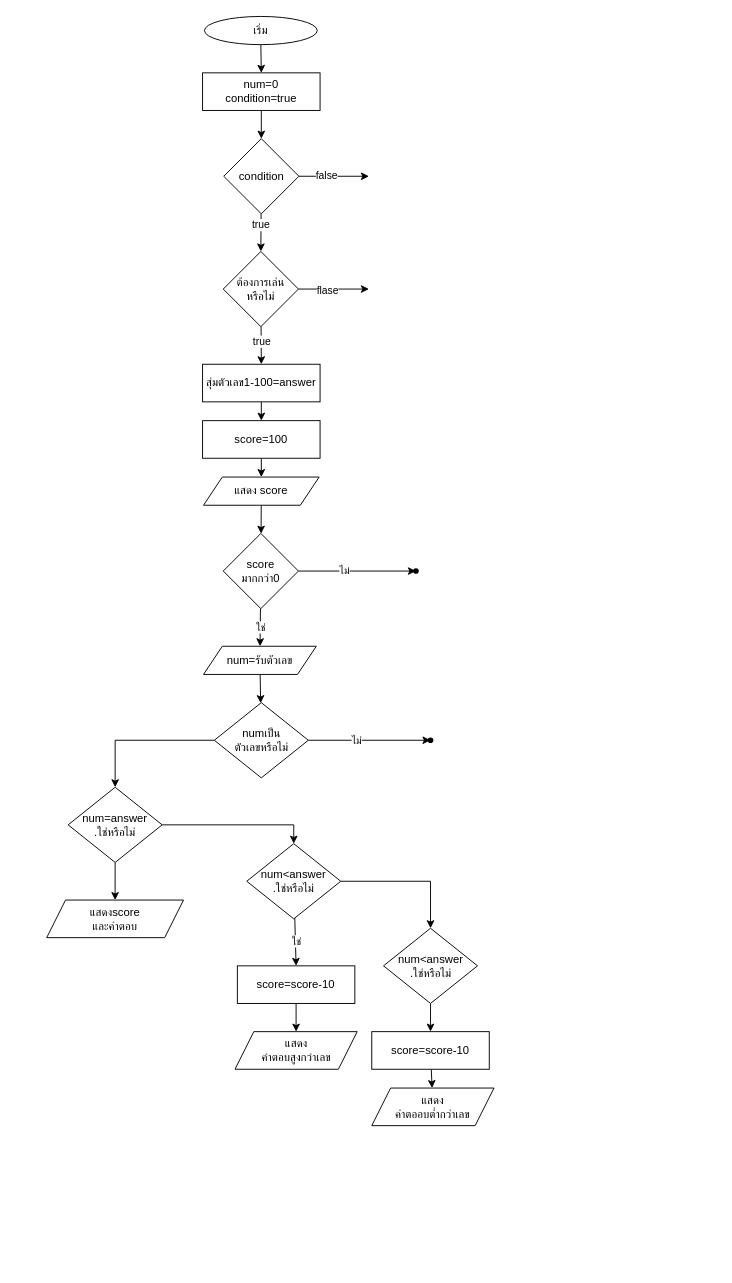
Kitsanapong-F/ENGCC304 keeps this draw.io diagram as LAB/lab7/Lab07-While-DoWhile.drawio. Above is the earlier version. Source tidied: cells renumbered, new cells numbered last; positions are measured from the earlier drawing's top-left corner, leaving out a move shared by most shapes. Both pictures are drawn from the tidied source at 94%, with x=0, y=0 at pixel (46, 16).
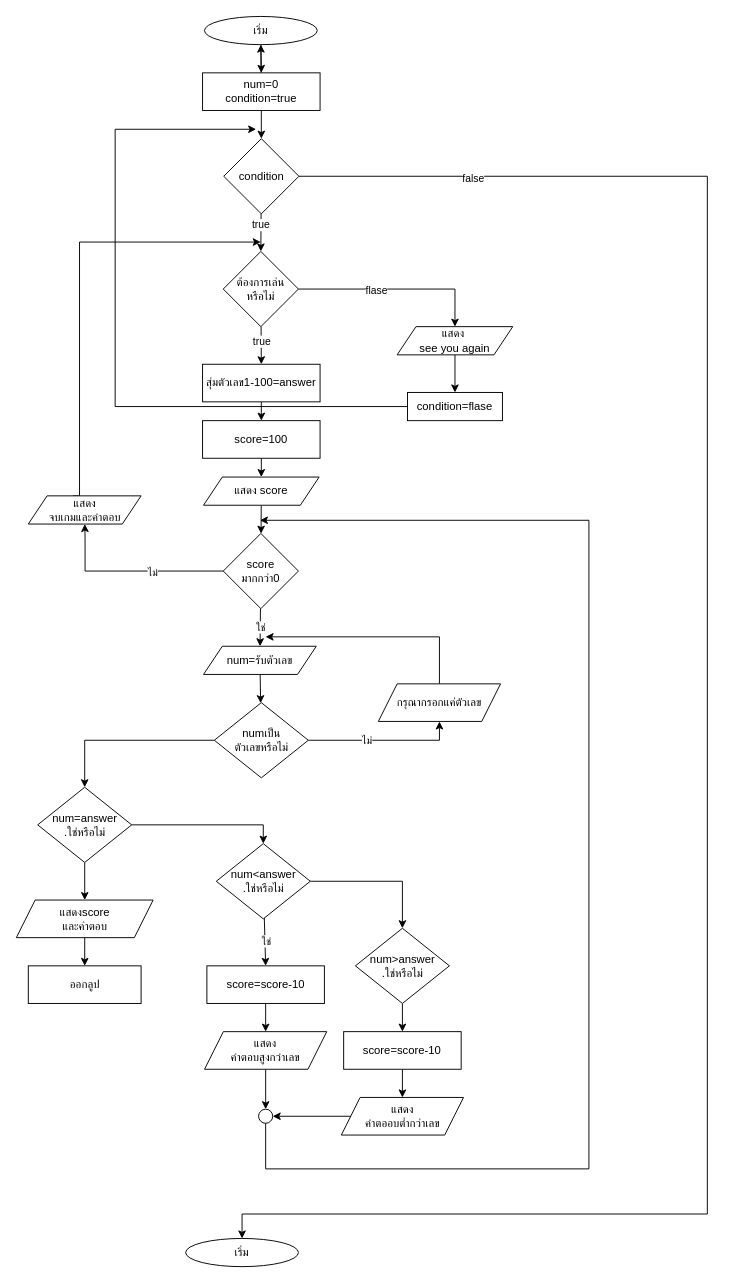
Above is the later version.

The change refers to these unchanged cells:
```xml
<mxCell id="3" value="เริ่ม" style="ellipse;whiteSpace=wrap;html=1;" parent="1" vertex="1">
  <mxGeometry x="168" width="120" height="30" as="geometry" />
</mxCell>
<mxCell id="6" value="&lt;div&gt;num=0&lt;/div&gt;condition=true" style="whiteSpace=wrap;html=1;" parent="1" vertex="1">
  <mxGeometry x="166" y="60" width="125" height="40" as="geometry" />
</mxCell>
<mxCell id="11" value="condition" style="rhombus;whiteSpace=wrap;html=1;" parent="1" vertex="1">
  <mxGeometry x="188.5" y="130" width="80" height="80" as="geometry" />
</mxCell>
<mxCell id="16" value="ต้องการเล่น&lt;div&gt;หรือไม่&lt;/div&gt;" style="rhombus;whiteSpace=wrap;html=1;" parent="1" vertex="1">
  <mxGeometry x="188" y="250" width="80" height="80" as="geometry" />
</mxCell>
<mxCell id="25" value="score&lt;div&gt;มากกว่า0&lt;/div&gt;" style="rhombus;whiteSpace=wrap;html=1;" parent="1" vertex="1">
  <mxGeometry x="188" y="550" width="80" height="80" as="geometry" />
</mxCell>
<mxCell id="34" value="numเป็น&lt;div&gt;ตัวเลขหรือไม่&lt;/div&gt;" style="rhombus;whiteSpace=wrap;html=1;" parent="1" vertex="1">
  <mxGeometry x="178.5" y="730" width="100" height="80" as="geometry" />
</mxCell>
```

The edit, as a diff of the source:
```diff
@@
+    <mxCell id="52" style="edgeStyle=none;html=1;" parent="1" edge="1" source="6" target="3">
+      <mxGeometry relative="1" as="geometry" />
+    </mxCell>
@@
-    <mxCell id="7" style="edgeStyle=none;html=1;" parent="1" edge="1" source="11">
+    <mxCell id="7" style="edgeStyle=orthogonalEdgeStyle;html=1;entryX=0.5;entryY=0;entryDx=0;entryDy=0;rounded=0;curved=0;" parent="1" edge="1" source="11" target="58">
       <mxGeometry relative="1" as="geometry">
-        <mxPoint x="343" y="170" as="targetPoint" />
+        <Array as="points">
+          <mxPoint x="703" y="170" />
+          <mxPoint x="703" y="1274" />
+          <mxPoint x="208" y="1274" />
+        </Array>
       </mxGeometry>
     </mxCell>
     <mxCell id="8" value="false" style="edgeLabel;html=1;align=center;verticalAlign=middle;" parent="7" vertex="1">
-      <mxGeometry x="-0.21" y="2" relative="1" as="geometry" />
+      <mxGeometry x="-0.21" y="2" relative="1" as="geometry">
+        <mxPoint x="-252" y="-377" as="offset" />
+      </mxGeometry>
     </mxCell>
@@
-    <mxCell id="12" style="edgeStyle=none;html=1;" parent="1" edge="1" source="16">
-      <mxGeometry relative="1" as="geometry">
-        <mxPoint x="343" y="290" as="targetPoint" />
-      </mxGeometry>
+    <mxCell id="12" style="edgeStyle=orthogonalEdgeStyle;html=1;entryX=0.5;entryY=0;entryDx=0;entryDy=0;rounded=0;curved=0;" parent="1" edge="1" source="16" target="57">
+      <mxGeometry relative="1" as="geometry" />
     </mxCell>
@@
-    <mxCell id="21" style="edgeStyle=none;html=1;" parent="1" edge="1" source="25" target="26">
-      <mxGeometry relative="1" as="geometry" />
+    <mxCell id="21" style="edgeStyle=orthogonalEdgeStyle;html=1;rounded=0;entryX=0.5;entryY=1;entryDx=0;entryDy=0;" parent="1" edge="1">
+      <mxGeometry relative="1" as="geometry">
+        <mxPoint x="188" y="590" as="sourcePoint" />
+        <mxPoint x="40.7" y="540" as="targetPoint" />
+        <Array as="points">
+          <mxPoint x="41" y="590" />
+          <mxPoint x="41" y="555" />
+          <mxPoint x="41" y="555" />
+        </Array>
+      </mxGeometry>
     </mxCell>
@@
-    <mxCell id="26" style="shape=waypoint;sketch=0;size=6;points=[];fillColor=default;perimeter=centerPerimeter;snapToPoint=1;" parent="1" vertex="1">
-      <mxGeometry x="383" y="580" width="20" height="20" as="geometry" />
-    </mxCell>
@@
-    <mxCell id="31" style="edgeStyle=none;html=1;" parent="1" edge="1" source="34" target="35">
+    <mxCell id="31" style="edgeStyle=orthogonalEdgeStyle;html=1;entryX=0.5;entryY=1;entryDx=0;entryDy=0;rounded=0;curved=0;" parent="1" edge="1" source="34" target="65">
       <mxGeometry relative="1" as="geometry" />
     </mxCell>
@@
-    <mxCell id="35" style="shape=waypoint;sketch=0;size=6;points=[];fillColor=default;perimeter=centerPerimeter;snapToPoint=1;" parent="1" vertex="1">
-      <mxGeometry x="398.5" y="760" width="20" height="20" as="geometry" />
-    </mxCell>
@@
     <mxCell id="38" value="num=answer&lt;div&gt;.ใช่หรือไม่&lt;/div&gt;" style="rhombus;whiteSpace=wrap;html=1;" parent="1" vertex="1">
-      <mxGeometry x="23" y="820" width="100" height="80" as="geometry" />
+      <mxGeometry x="-9.4" y="820" width="100" height="80" as="geometry" />
     </mxCell>
@@
     <mxCell id="42" value="num&amp;lt;answer&lt;div&gt;.ใช่หรือไม่&lt;/div&gt;" style="rhombus;whiteSpace=wrap;html=1;" parent="1" vertex="1">
-      <mxGeometry x="213" y="880" width="100" height="80" as="geometry" />
+      <mxGeometry x="180.6" y="880" width="100" height="80" as="geometry" />
     </mxCell>
+    <mxCell id="53" style="edgeStyle=none;html=1;" parent="1" edge="1" source="43" target="63">
+      <mxGeometry relative="1" as="geometry" />
+    </mxCell>
     <mxCell id="43" value="แสดงscore&lt;div&gt;และคำตอบ&lt;/div&gt;" style="shape=parallelogram;perimeter=parallelogramPerimeter;whiteSpace=wrap;html=1;fixedSize=1;" parent="1" vertex="1">
-      <mxGeometry x="0.2" y="940" width="145.5" height="40" as="geometry" />
+      <mxGeometry x="-32.1" y="940" width="145.5" height="40" as="geometry" />
     </mxCell>
@@
     <mxCell id="45" value="score=score-10" style="whiteSpace=wrap;html=1;" parent="1" vertex="1">
-      <mxGeometry x="203" y="1010" width="125" height="40" as="geometry" />
+      <mxGeometry x="170.6" y="1010" width="125" height="40" as="geometry" />
     </mxCell>
+    <mxCell id="54" style="edgeStyle=none;html=1;" parent="1" edge="1" source="46" target="62">
+      <mxGeometry relative="1" as="geometry" />
+    </mxCell>
     <mxCell id="46" value="แสดง&lt;div&gt;คำตอบสูงกว่าเลข&lt;/div&gt;" style="shape=parallelogram;perimeter=parallelogramPerimeter;whiteSpace=wrap;html=1;fixedSize=1;" parent="1" vertex="1">
-      <mxGeometry x="200.5" y="1080" width="130" height="40" as="geometry" />
+      <mxGeometry x="168.1" y="1080" width="130" height="40" as="geometry" />
     </mxCell>
@@
-    <mxCell id="48" value="num&amp;lt;answer&lt;div&gt;.ใช่หรือไม่&lt;/div&gt;" style="rhombus;whiteSpace=wrap;html=1;" parent="1" vertex="1">
-      <mxGeometry x="358.5" y="970" width="100" height="80" as="geometry" />
+    <mxCell id="48" value="num&amp;gt;answer&lt;div&gt;.ใช่หรือไม่&lt;/div&gt;" style="rhombus;whiteSpace=wrap;html=1;" parent="1" vertex="1">
+      <mxGeometry x="328.6" y="970" width="100" height="80" as="geometry" />
     </mxCell>
@@
     <mxCell id="50" value="score=score-10" style="whiteSpace=wrap;html=1;" parent="1" vertex="1">
-      <mxGeometry x="346" y="1080" width="125" height="40" as="geometry" />
+      <mxGeometry x="316.1" y="1080" width="125" height="40" as="geometry" />
     </mxCell>
+    <mxCell id="55" style="edgeStyle=none;html=1;" parent="1" edge="1" source="51" target="62">
+      <mxGeometry relative="1" as="geometry" />
+    </mxCell>
     <mxCell id="51" value="แสดง&lt;div&gt;คำตออบต่ำกว่าเลข&lt;/div&gt;" style="shape=parallelogram;perimeter=parallelogramPerimeter;whiteSpace=wrap;html=1;fixedSize=1;" parent="1" vertex="1">
-      <mxGeometry x="346" y="1140" width="130" height="40" as="geometry" />
+      <mxGeometry x="313.6" y="1150" width="130" height="40" as="geometry" />
     </mxCell>
+    <mxCell id="56" style="edgeStyle=none;html=1;" parent="1" edge="1" source="57" target="60">
+      <mxGeometry relative="1" as="geometry" />
+    </mxCell>
+    <mxCell id="57" value="แสดง&amp;nbsp;&lt;div&gt;see you again&lt;/div&gt;" style="shape=parallelogram;perimeter=parallelogramPerimeter;whiteSpace=wrap;html=1;fixedSize=1;" parent="1" vertex="1">
+      <mxGeometry x="373" y="330" width="123" height="30" as="geometry" />
+    </mxCell>
+    <mxCell id="58" value="เริ่ม" style="ellipse;whiteSpace=wrap;html=1;" parent="1" vertex="1">
+      <mxGeometry x="148" y="1300" width="120" height="30" as="geometry" />
+    </mxCell>
+    <mxCell id="59" style="edgeStyle=orthogonalEdgeStyle;html=1;rounded=0;" parent="1" edge="1" source="60">
+      <mxGeometry relative="1" as="geometry">
+        <mxPoint x="223" y="120" as="targetPoint" />
+        <Array as="points">
+          <mxPoint x="73" y="415" />
+          <mxPoint x="73" y="120" />
+        </Array>
+      </mxGeometry>
+    </mxCell>
+    <mxCell id="60" value="condition=flase" style="whiteSpace=wrap;html=1;" parent="1" vertex="1">
+      <mxGeometry x="384" y="400" width="101" height="30" as="geometry" />
+    </mxCell>
+    <mxCell id="61" style="edgeStyle=orthogonalEdgeStyle;html=1;rounded=0;curved=0;exitX=0.5;exitY=1;exitDx=0;exitDy=0;" parent="1" edge="1" source="62">
+      <mxGeometry relative="1" as="geometry">
+        <mxPoint x="227" y="536" as="targetPoint" />
+        <Array as="points">
+          <mxPoint x="233" y="1226" />
+          <mxPoint x="577" y="1226" />
+          <mxPoint x="577" y="536" />
+        </Array>
+      </mxGeometry>
+    </mxCell>
+    <mxCell id="62" style="ellipse;whiteSpace=wrap;html=1;" parent="1" vertex="1">
+      <mxGeometry x="225.6" y="1162.5" width="15" height="15" as="geometry" />
+    </mxCell>
+    <mxCell id="63" value="ออกลูป" style="whiteSpace=wrap;html=1;" parent="1" vertex="1">
+      <mxGeometry x="-19.4" y="1010" width="120" height="40" as="geometry" />
+    </mxCell>
+    <mxCell id="64" style="edgeStyle=orthogonalEdgeStyle;html=1;rounded=0;" parent="1" edge="1" source="65">
+      <mxGeometry relative="1" as="geometry">
+        <mxPoint x="233" y="660" as="targetPoint" />
+        <Array as="points">
+          <mxPoint x="418" y="660" />
+          <mxPoint x="373" y="660" />
+        </Array>
+      </mxGeometry>
+    </mxCell>
+    <mxCell id="65" value="กรุณากรอกแค่ตัวเลข" style="shape=parallelogram;perimeter=parallelogramPerimeter;whiteSpace=wrap;html=1;fixedSize=1;" parent="1" vertex="1">
+      <mxGeometry x="353" y="710" width="130" height="40" as="geometry" />
+    </mxCell>
+    <mxCell id="66" style="edgeStyle=orthogonalEdgeStyle;html=1;rounded=0;curved=0;exitX=0.5;exitY=0;exitDx=0;exitDy=0;" parent="1" edge="1">
+      <mxGeometry relative="1" as="geometry">
+        <mxPoint x="27.9" y="510" as="sourcePoint" />
+        <mxPoint x="227.9" y="240" as="targetPoint" />
+        <Array as="points">
+          <mxPoint x="35.1" y="510" />
+          <mxPoint x="35.1" y="240" />
+        </Array>
+      </mxGeometry>
+    </mxCell>
+    <mxCell id="67" value="&lt;div&gt;&lt;br&gt;&lt;/div&gt;แสดง&lt;div&gt;จบเกมและคำตอบ&lt;div&gt;&lt;br&gt;&lt;/div&gt;&lt;/div&gt;" style="shape=parallelogram;perimeter=parallelogramPerimeter;whiteSpace=wrap;html=1;fixedSize=1;" parent="1" vertex="1">
+      <mxGeometry x="-19.4" y="510" width="120" height="30" as="geometry" />
+    </mxCell>
```
